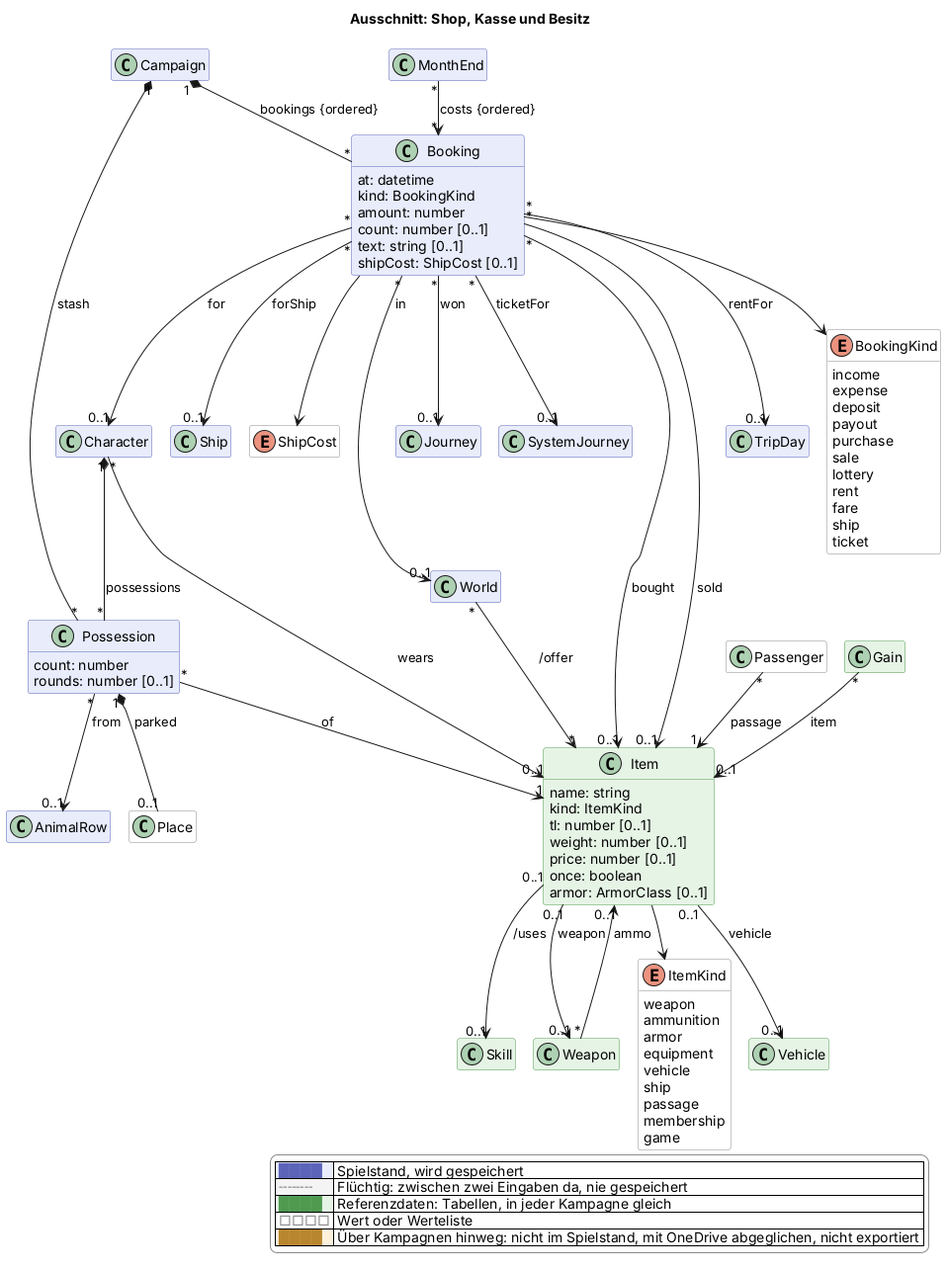
Above: docs/views/shop.png in scuzzar/SRE (PlantUML), before the change.
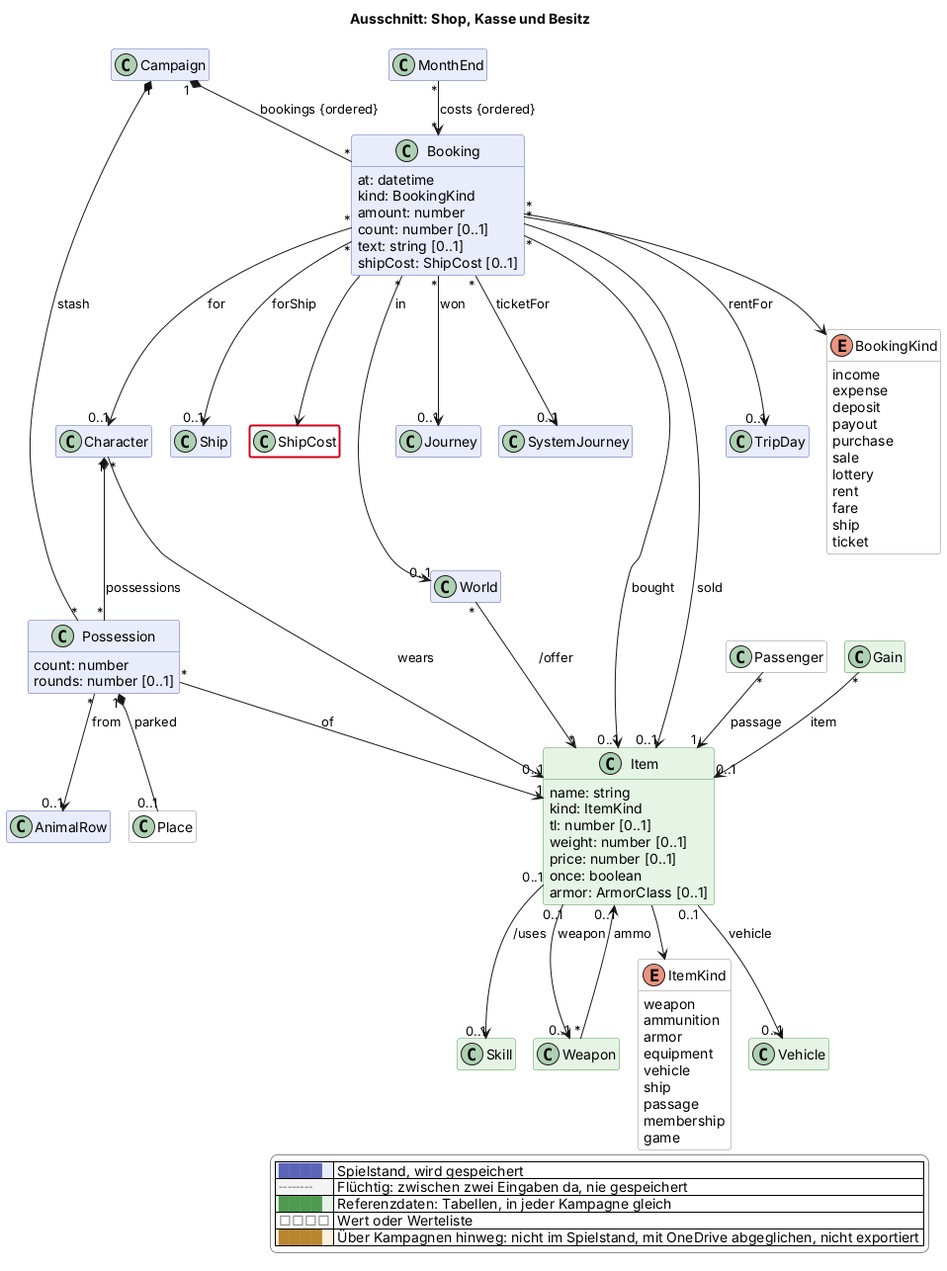
Above is the later version.

The edit, as a diff of the source:
```diff
@@ -188,4 +188,5 @@
   |<#ffffff> <color:#8a8a8a>□□□□</color> | Wert oder Werteliste |
   |<#fdf1dc> <color:#b8862e>████</color> | Über Kampagnen hinweg: nicht im Spielstand, mit OneDrive abgeglichen, nicht exportiert |
 endlegend
+class ShipCost #line:d0021b;line.bold
 @enduml
```
